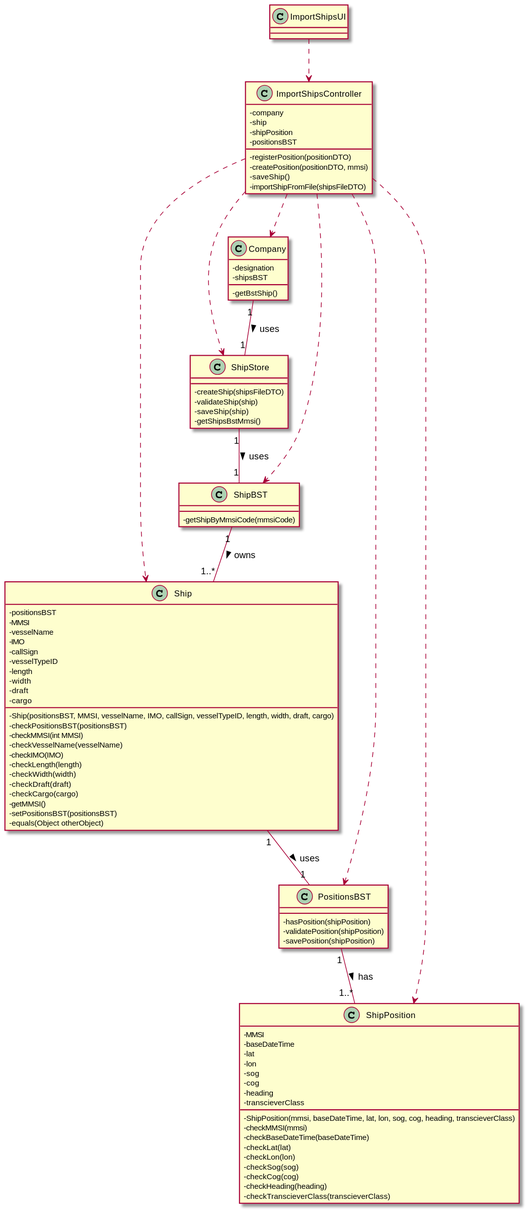
Before: docs/US101/US_101_CD.svg, a diagram exported from PlantUML (ana-albergaria/LAPR3-ISEP).
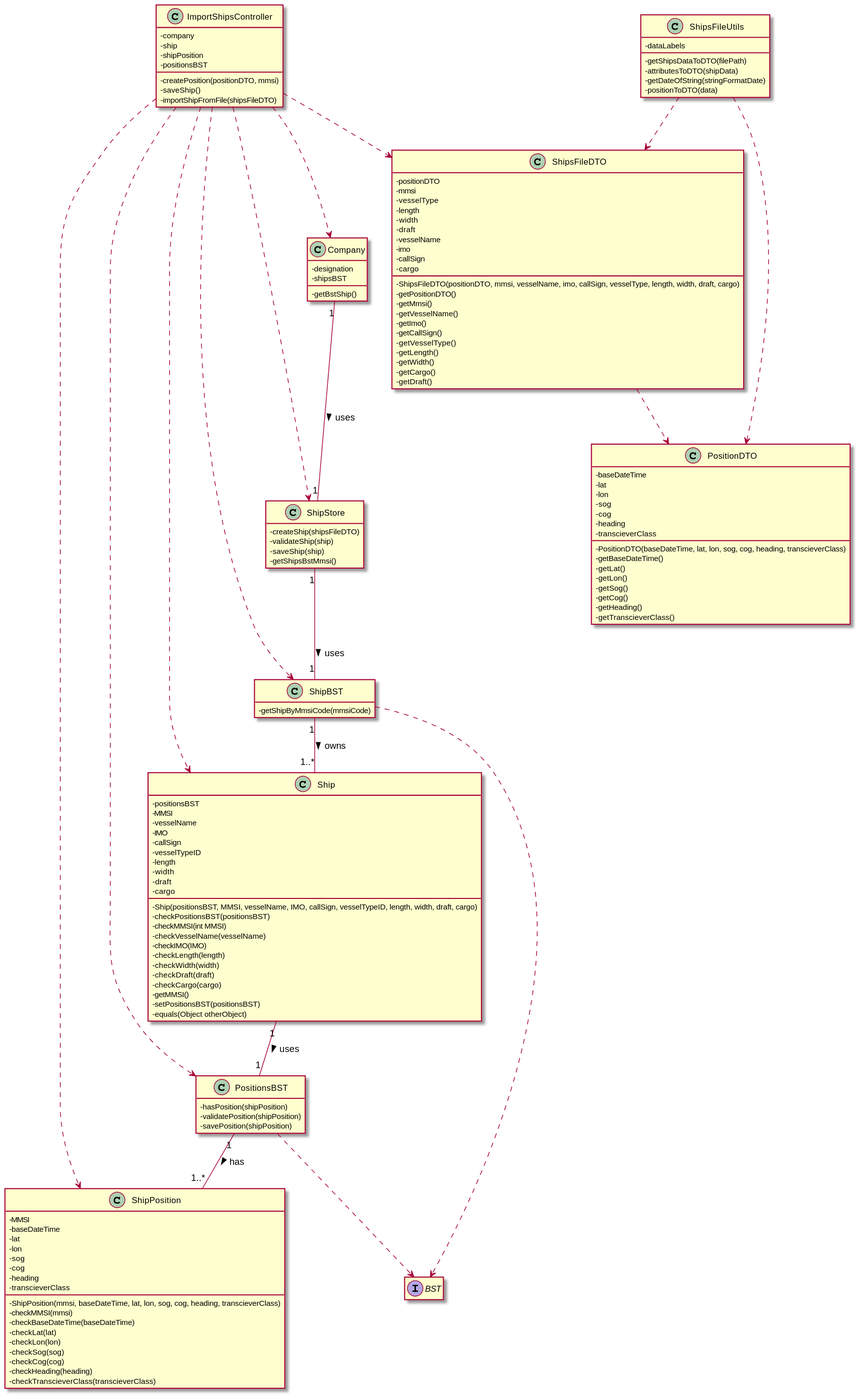
Above is the later version.

Diff of the diagram source:
```diff
@@ -1,15 +1,14 @@
 @startuml
 
+hide empty methods
+hide empty attributes
 skinparam classAttributeIconSize 0
-
-class ImportShipsUI {}
 
 class ImportShipsController {
 - company
 - ship
 - shipPosition
 - positionsBST
-- registerPosition(positionDTO)
 - createPosition(positionDTO, mmsi)
 - saveShip()
 - importShipFromFile(shipsFileDTO)
@@ -83,18 +82,77 @@
 - savePosition(shipPosition)
 }
 
+class ShipsFileDTO{
+- positionDTO
+- mmsi
+- vesselType
+- length
+- width
+- draft
+- vesselName
+- imo
+- callSign
+- cargo
+- ShipsFileDTO(positionDTO, mmsi, vesselName, imo, callSign, vesselType, length, width, draft, cargo)
+- getPositionDTO()
+- getMmsi()
+- getVesselName()
+- getImo()
+- getCallSign()
+- getVesselType()
+- getLength()
+- getWidth()
+- getCargo()
+- getDraft()
+}
+
+class PositionDTO{
+- baseDateTime
+- lat
+- lon
+- sog
+- cog
+- heading
+- transcieverClass
+- PositionDTO(baseDateTime, lat, lon, sog, cog, heading, transcieverClass)
+- getBaseDateTime()
+- getLat()
+- getLon()
+- getSog()
+- getCog()
+- getHeading()
+- getTranscieverClass()
+}
+
+class ShipsFileUtils{
+- dataLabels
+- getShipsDataToDTO(filePath)
+- attributesToDTO(shipData)
+- getDateOfString(stringFormatDate)
+- positionToDTO(data)
+}
+
+Interface BST{
+}
+
 Company "1" -- "1" ShipStore : uses >
 ShipStore "1" -- "1" ShipBST : uses >
 ShipBST "1" -- "1..*" Ship : owns >
 Ship "1" -- "1" PositionsBST : uses >
 PositionsBST "1" -- "1..*" ShipPosition : has >
-ImportShipsUI ..> ImportShipsController
 ImportShipsController ..> Company
 ImportShipsController ..> ShipBST
 ImportShipsController ..> Ship
 ImportShipsController ..> PositionsBST
 ImportShipsController ..> ShipPosition
 ImportShipsController ..> ShipStore
+ShipBST ..> BST
+PositionsBST ..> BST
+ShipsFileUtils ..> ShipsFileDTO
+ShipsFileUtils ..> PositionDTO
+ImportShipsController ..> ShipsFileDTO
+ShipsFileDTO ..> PositionDTO
+
 
 
 @enduml
```
